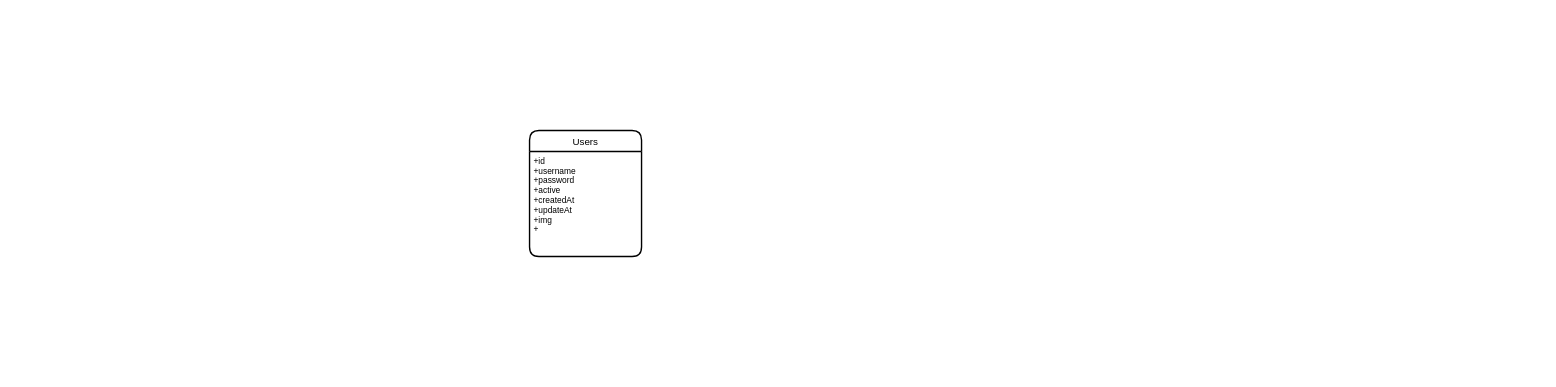
Earlier version of the draw.io diagram Travel.drawio (KitotsuMolina/Travel). Source tidied: cells renumbered, new cells numbered last; positions are measured from the earlier drawing's top-left corner, leaving out a move shared by most shapes. Both pictures are drawn from the tidied source at 70%, with x=0, y=0 at pixel (529, 130).
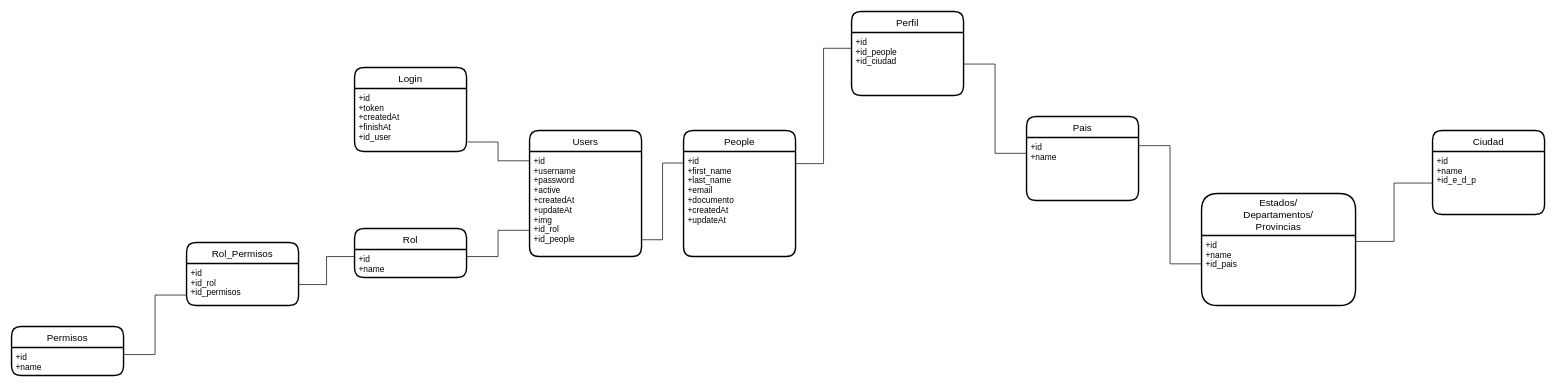
The same diagram, later.

Unchanged cells that the change refers to:
```xml
<mxCell id="2" value="Users" style="swimlane;horizontal=1;startSize=30;rounded=1;fontSize=14;fontStyle=0;strokeWidth=2;shadow=0;dashed=0;align=center;" parent="1" vertex="1">
  <mxGeometry width="160" height="180" as="geometry" />
</mxCell>
```

The edit, as a diff of the source:
```diff
@@
-    <mxCell id="3" value="+id&#10;+username&#10;+password&#10;+active&#10;+createdAt&#10;+updateAt&#10;+img&#10;+" style="align=left;strokeColor=none;fillColor=none;spacingLeft=4;fontSize=12;verticalAlign=top;" parent="2" vertex="1">
+    <mxCell id="3" value="+id&#10;+username&#10;+password&#10;+active&#10;+createdAt&#10;+updateAt&#10;+img&#10;+id_rol&#10;+id_people" style="align=left;strokeColor=none;fillColor=none;spacingLeft=4;fontSize=12;verticalAlign=top;" parent="2" vertex="1">
       <mxGeometry y="30" width="160" height="150" as="geometry" />
     </mxCell>
+    <mxCell id="4" value="People" style="swimlane;horizontal=1;startSize=30;rounded=1;fontSize=14;fontStyle=0;strokeWidth=2;shadow=0;dashed=0;align=center;" parent="1" vertex="1">
+      <mxGeometry x="220" width="160" height="180" as="geometry" />
+    </mxCell>
+    <mxCell id="5" value="+id&#10;+first_name&#10;+last_name&#10;+email&#10;+documento&#10;+createdAt&#10;+updateAt&#10;" style="align=left;strokeColor=none;fillColor=none;spacingLeft=4;fontSize=12;verticalAlign=top;" parent="4" vertex="1">
+      <mxGeometry y="30" width="160" height="150" as="geometry" />
+    </mxCell>
+    <mxCell id="6" value="Login" style="swimlane;horizontal=1;startSize=30;rounded=1;fontSize=14;fontStyle=0;strokeWidth=2;shadow=0;dashed=0;align=center;" parent="1" vertex="1">
+      <mxGeometry x="-250" y="-90" width="160" height="120" as="geometry" />
+    </mxCell>
+    <mxCell id="7" value="+id&#10;+token&#10;+createdAt&#10;+finishAt&#10;+id_user" style="align=left;strokeColor=none;fillColor=none;spacingLeft=4;fontSize=12;verticalAlign=top;" parent="6" vertex="1">
+      <mxGeometry y="30" width="160" height="90" as="geometry" />
+    </mxCell>
+    <mxCell id="8" style="edgeStyle=orthogonalEdgeStyle;rounded=0;jettySize=auto;html=1;exitX=-0.004;exitY=0.109;exitDx=0;exitDy=0;entryX=1.006;entryY=0.84;entryDx=0;entryDy=0;entryPerimeter=0;exitPerimeter=0;endArrow=none;endFill=0;" parent="1" edge="1" source="5" target="3">
+      <mxGeometry relative="1" as="geometry">
+        <Array as="points">
+          <mxPoint x="190" y="46" />
+          <mxPoint x="190" y="156" />
+        </Array>
+      </mxGeometry>
+    </mxCell>
+    <mxCell id="9" style="edgeStyle=orthogonalEdgeStyle;rounded=0;jettySize=auto;html=1;exitX=-0.002;exitY=0.088;exitDx=0;exitDy=0;exitPerimeter=0;entryX=1.013;entryY=0.849;entryDx=0;entryDy=0;entryPerimeter=0;endArrow=none;endFill=0;" parent="1" edge="1" source="3" target="7">
+      <mxGeometry relative="1" as="geometry" />
+    </mxCell>
+    <mxCell id="10" value="Rol" style="swimlane;horizontal=1;startSize=30;rounded=1;fontSize=14;fontStyle=0;strokeWidth=2;shadow=0;dashed=0;align=center;" parent="1" vertex="1">
+      <mxGeometry x="-250" y="140" width="160" height="70" as="geometry" />
+    </mxCell>
+    <mxCell id="11" value="+id&#10;+name" style="align=left;strokeColor=none;fillColor=none;spacingLeft=4;fontSize=12;verticalAlign=top;" parent="10" vertex="1">
+      <mxGeometry y="30" width="160" height="40" as="geometry" />
+    </mxCell>
+    <mxCell id="12" style="edgeStyle=orthogonalEdgeStyle;rounded=0;jettySize=auto;html=1;exitX=0;exitY=0.75;exitDx=0;exitDy=0;entryX=1;entryY=0.25;entryDx=0;entryDy=0;endArrow=none;endFill=0;" parent="1" edge="1" source="3" target="11">
+      <mxGeometry relative="1" as="geometry" />
+    </mxCell>
+    <mxCell id="13" value="Rol_Permisos" style="swimlane;horizontal=1;startSize=30;rounded=1;fontSize=14;fontStyle=0;strokeWidth=2;shadow=0;dashed=0;align=center;" parent="1" vertex="1">
+      <mxGeometry x="-490" y="160" width="160" height="90" as="geometry" />
+    </mxCell>
+    <mxCell id="14" value="+id&#10;+id_rol&#10;+id_permisos" style="align=left;strokeColor=none;fillColor=none;spacingLeft=4;fontSize=12;verticalAlign=top;" parent="13" vertex="1">
+      <mxGeometry y="30" width="160" height="60" as="geometry" />
+    </mxCell>
+    <mxCell id="15" style="edgeStyle=orthogonalEdgeStyle;rounded=0;jettySize=auto;html=1;exitX=0;exitY=0.25;exitDx=0;exitDy=0;entryX=1;entryY=0.5;entryDx=0;entryDy=0;endArrow=none;endFill=0;" parent="1" edge="1" source="11" target="14">
+      <mxGeometry relative="1" as="geometry" />
+    </mxCell>
+    <mxCell id="16" value="Permisos" style="swimlane;horizontal=1;startSize=30;rounded=1;fontSize=14;fontStyle=0;strokeWidth=2;shadow=0;dashed=0;align=center;" parent="1" vertex="1">
+      <mxGeometry x="-740" y="280" width="160" height="70" as="geometry" />
+    </mxCell>
+    <mxCell id="17" value="+id&#10;+name&#10;" style="align=left;strokeColor=none;fillColor=none;spacingLeft=4;fontSize=12;verticalAlign=top;" parent="16" vertex="1">
+      <mxGeometry y="30" width="160" height="40" as="geometry" />
+    </mxCell>
+    <mxCell id="18" style="edgeStyle=orthogonalEdgeStyle;rounded=0;jettySize=auto;html=1;exitX=1;exitY=0.25;exitDx=0;exitDy=0;entryX=0;entryY=0.75;entryDx=0;entryDy=0;endArrow=none;endFill=0;" parent="1" edge="1" source="17" target="14">
+      <mxGeometry relative="1" as="geometry" />
+    </mxCell>
+    <mxCell id="19" value="Perfil" style="swimlane;horizontal=1;startSize=30;rounded=1;fontSize=14;fontStyle=0;strokeWidth=2;shadow=0;dashed=0;align=center;" parent="1" vertex="1">
+      <mxGeometry x="460" y="-170" width="160" height="120" as="geometry" />
+    </mxCell>
+    <mxCell id="20" value="+id&#10;+id_people&#10;+id_ciudad" style="align=left;strokeColor=none;fillColor=none;spacingLeft=4;fontSize=12;verticalAlign=top;" parent="19" vertex="1">
+      <mxGeometry y="30" width="160" height="90" as="geometry" />
+    </mxCell>
+    <mxCell id="21" value="Pais" style="swimlane;horizontal=1;startSize=30;rounded=1;fontSize=14;fontStyle=0;strokeWidth=2;shadow=0;dashed=0;align=center;" parent="1" vertex="1">
+      <mxGeometry x="710" y="-20" width="160" height="120" as="geometry" />
+    </mxCell>
+    <mxCell id="22" value="+id&#10;+name" style="align=left;strokeColor=none;fillColor=none;spacingLeft=4;fontSize=12;verticalAlign=top;" parent="21" vertex="1">
+      <mxGeometry y="30" width="160" height="90" as="geometry" />
+    </mxCell>
+    <mxCell id="23" value="Estados/&#10;Departamentos/&#10;Provincias" style="swimlane;horizontal=1;startSize=60;rounded=1;fontSize=14;fontStyle=0;strokeWidth=2;shadow=0;dashed=0;align=center;arcSize=13;" parent="1" vertex="1">
+      <mxGeometry x="960" y="90" width="220" height="160" as="geometry" />
+    </mxCell>
+    <mxCell id="24" value="+id&#10;+name&#10;+id_pais" style="align=left;strokeColor=none;fillColor=none;spacingLeft=4;fontSize=12;verticalAlign=top;" parent="23" vertex="1">
+      <mxGeometry y="60" width="220" height="100" as="geometry" />
+    </mxCell>
+    <mxCell id="25" value="Ciudad" style="swimlane;horizontal=1;startSize=30;rounded=1;fontSize=14;fontStyle=0;strokeWidth=2;shadow=0;dashed=0;align=center;" parent="1" vertex="1">
+      <mxGeometry x="1290" width="160" height="120" as="geometry" />
+    </mxCell>
+    <mxCell id="26" value="+id&#10;+name&#10;+id_e_d_p" style="align=left;strokeColor=none;fillColor=none;spacingLeft=4;fontSize=12;verticalAlign=top;" parent="25" vertex="1">
+      <mxGeometry y="30" width="160" height="90" as="geometry" />
+    </mxCell>
+    <mxCell id="27" style="edgeStyle=orthogonalEdgeStyle;rounded=0;jettySize=auto;html=1;exitX=-0.002;exitY=0.404;exitDx=0;exitDy=0;entryX=1.005;entryY=0.129;entryDx=0;entryDy=0;entryPerimeter=0;exitPerimeter=0;endArrow=none;endFill=0;" parent="1" edge="1" source="24" target="22">
+      <mxGeometry relative="1" as="geometry" />
+    </mxCell>
+    <mxCell id="28" style="edgeStyle=orthogonalEdgeStyle;rounded=0;jettySize=auto;html=1;exitX=0;exitY=0.5;exitDx=0;exitDy=0;entryX=1.002;entryY=0.084;entryDx=0;entryDy=0;entryPerimeter=0;endArrow=none;endFill=0;" parent="1" edge="1" source="26" target="24">
+      <mxGeometry relative="1" as="geometry" />
+    </mxCell>
+    <mxCell id="29" style="edgeStyle=orthogonalEdgeStyle;rounded=0;jettySize=auto;html=1;exitX=0;exitY=0.25;exitDx=0;exitDy=0;entryX=1.002;entryY=0.115;entryDx=0;entryDy=0;entryPerimeter=0;endArrow=none;endFill=0;" parent="1" edge="1" source="20" target="5">
+      <mxGeometry relative="1" as="geometry" />
+    </mxCell>
+    <mxCell id="30" style="edgeStyle=orthogonalEdgeStyle;rounded=0;jettySize=auto;html=1;exitX=0;exitY=0.25;exitDx=0;exitDy=0;entryX=1;entryY=0.5;entryDx=0;entryDy=0;startArrow=none;startFill=0;endArrow=none;endFill=0;" parent="1" edge="1" source="22" target="20">
+      <mxGeometry relative="1" as="geometry" />
+    </mxCell>
```
